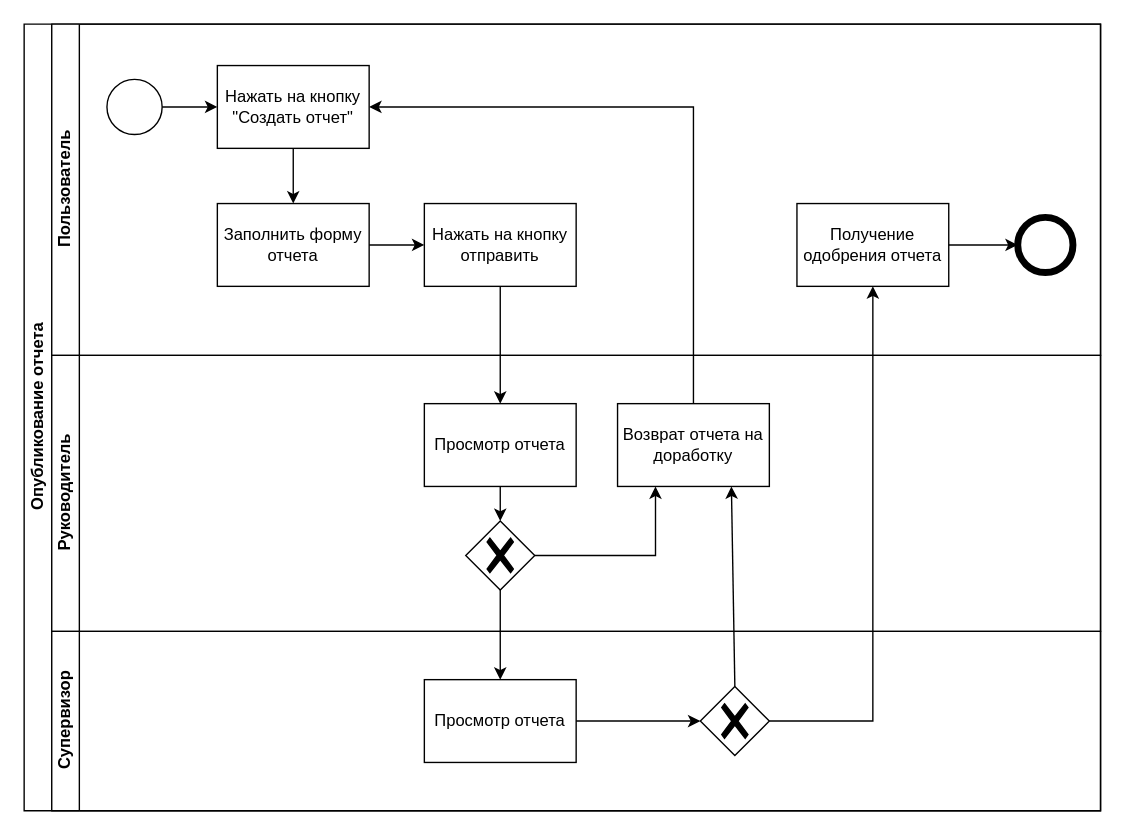
pytonuserouner/UML_study keeps this draw.io diagram as Описание процесса для модуля №8.drawio. Above is the earlier version. Source tidied: cells renumbered, new cells numbered last; positions are measured from the earlier drawing's top-left corner, leaving out a move shared by most shapes. Both pictures are drawn from the tidied source at 138%, with x=0, y=0 at pixel (23, 23).
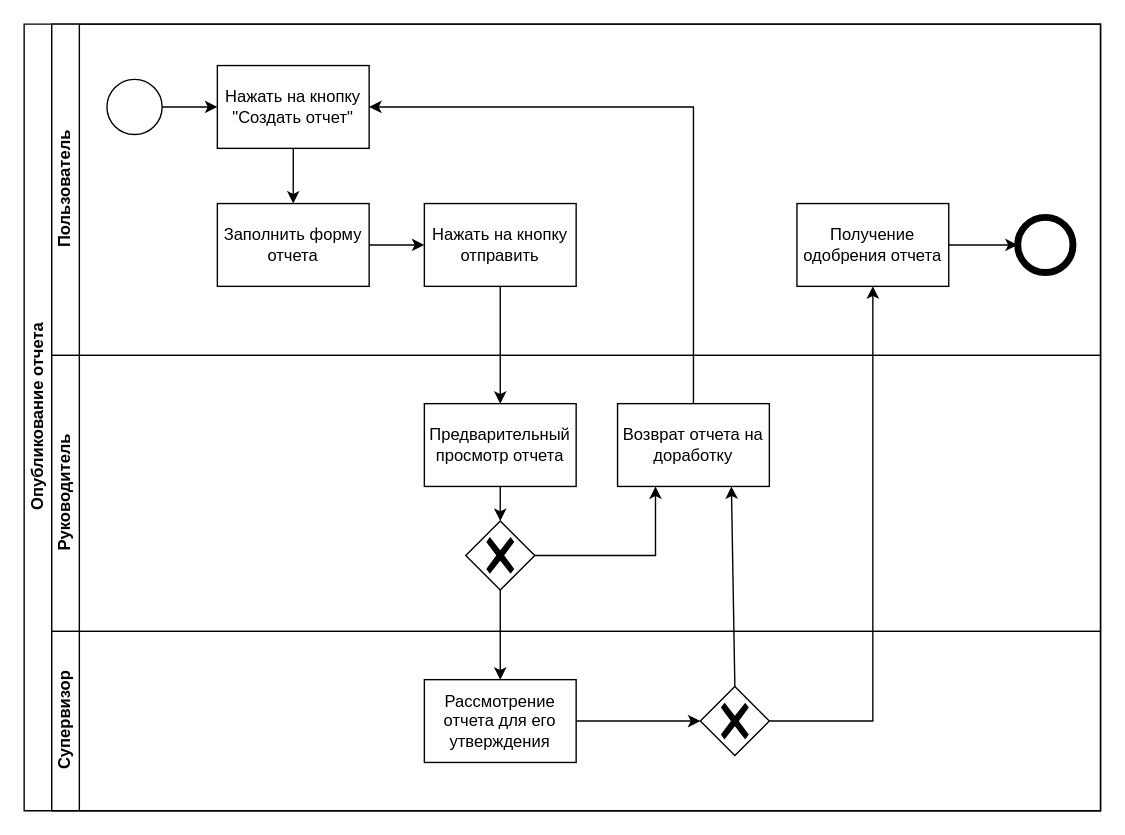
The same diagram, later.

The change refers to these unchanged cells:
```xml
<mxCell id="14" value="Руководитель" style="swimlane;html=1;startSize=20;horizontal=0;" parent="2" vertex="1">
  <mxGeometry x="20" y="240" width="760" height="200" as="geometry" />
</mxCell>
<mxCell id="20" value="Супервизор" style="swimlane;html=1;startSize=20;horizontal=0;" parent="2" vertex="1">
  <mxGeometry x="20" y="440" width="760" height="130" as="geometry" />
</mxCell>
```

Change to the diagram source:
```diff
@@
-    <mxCell id="15" value="Просмотр отчета" style="rounded=0;whiteSpace=wrap;html=1;fontFamily=Helvetica;fontSize=12;fontColor=#000000;align=center;" parent="14" vertex="1">
+    <mxCell id="15" value="Предварительный просмотр отчета" style="rounded=0;whiteSpace=wrap;html=1;fontFamily=Helvetica;fontSize=12;fontColor=#000000;align=center;" parent="14" vertex="1">
       <mxGeometry x="270" y="35" width="110" height="60" as="geometry" />
     </mxCell>
@@
-    <mxCell id="21" value="Просмотр отчета" style="rounded=0;whiteSpace=wrap;html=1;fontFamily=Helvetica;fontSize=12;fontColor=#000000;align=center;" parent="20" vertex="1">
+    <mxCell id="21" value="Рассмотрение отчета для его утверждения" style="rounded=0;whiteSpace=wrap;html=1;fontFamily=Helvetica;fontSize=12;fontColor=#000000;align=center;" parent="20" vertex="1">
       <mxGeometry x="270" y="35" width="110" height="60" as="geometry" />
     </mxCell>
```
